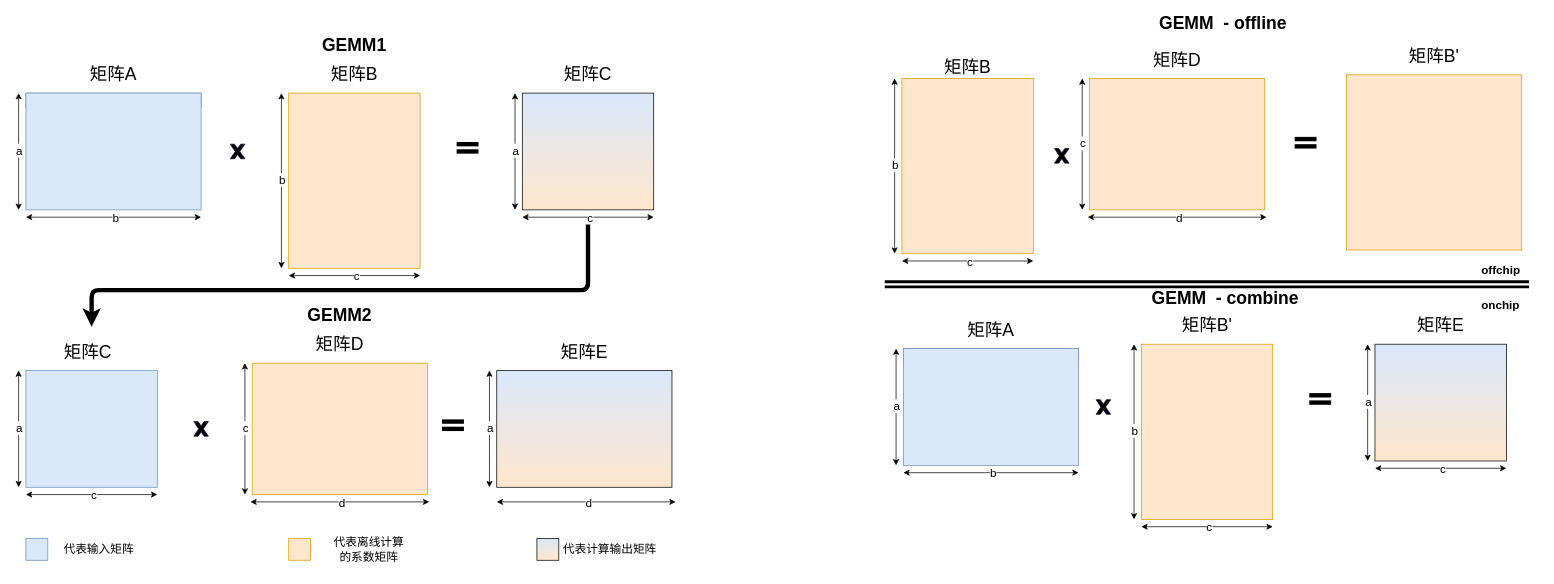
Above: page "Page-1" (1 of 2) of figs-for-graduate/Untitled Diagram.drawio in desirable98/Computer-and-Intelligent-Processor-Architecture (draw.io), before the change. Source tidied: cells renumbered, new cells numbered last; positions are measured from the earlier drawing's top-left corner, leaving out a move shared by most shapes. Both pictures are drawn from the tidied source at 73%, with x=0, y=0 at pixel (18, 12).
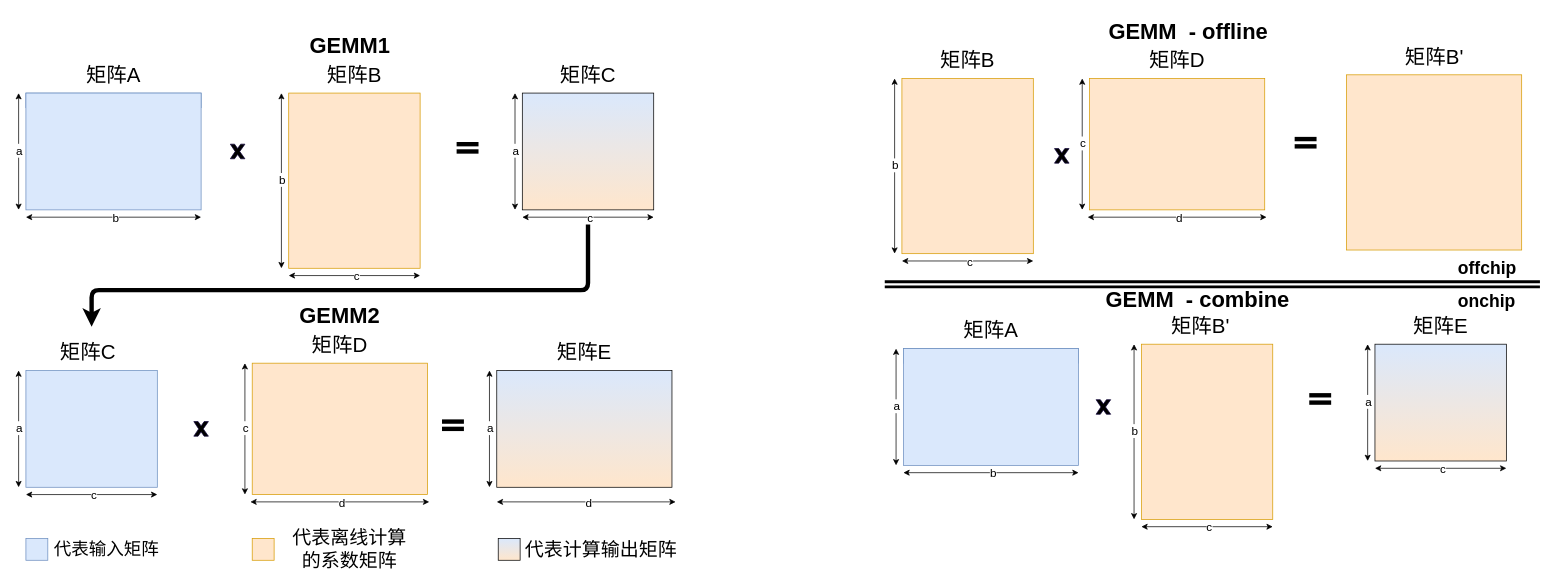
The same page after the edit.

Change to the diagram source:
```diff
@@
-    <mxCell id="3" value="&lt;font style=&quot;font-size: 24px;&quot;&gt;矩阵A&lt;/font&gt;" style="text;html=1;strokeColor=none;fillColor=none;align=center;verticalAlign=middle;whiteSpace=wrap;rounded=0;" parent="1" vertex="1">
+    <mxCell id="3" value="&lt;font style=&quot;font-size: 28px;&quot;&gt;矩阵A&lt;/font&gt;" style="text;html=1;strokeColor=none;fillColor=none;align=center;verticalAlign=middle;whiteSpace=wrap;rounded=0;" parent="1" vertex="1">
       <mxGeometry x="90" y="70" width="80" height="30" as="geometry" />
     </mxCell>
@@
-    <mxCell id="5" value="&lt;font size=&quot;5&quot;&gt;矩阵B&lt;/font&gt;" style="text;html=1;strokeColor=none;fillColor=none;align=center;verticalAlign=middle;whiteSpace=wrap;rounded=0;" parent="1" vertex="1">
+    <mxCell id="5" value="&lt;font style=&quot;font-size: 28px;&quot;&gt;矩阵B&lt;/font&gt;" style="text;html=1;strokeColor=none;fillColor=none;align=center;verticalAlign=middle;whiteSpace=wrap;rounded=0;" parent="1" vertex="1">
       <mxGeometry x="420" y="70" width="80" height="30" as="geometry" />
     </mxCell>
-    <mxCell id="6" value="&lt;font size=&quot;5&quot;&gt;矩阵C&lt;/font&gt;" style="text;html=1;strokeColor=none;fillColor=none;align=center;verticalAlign=middle;whiteSpace=wrap;rounded=0;" parent="1" vertex="1">
+    <mxCell id="6" value="&lt;font style=&quot;font-size: 28px;&quot;&gt;矩阵C&lt;/font&gt;" style="text;html=1;strokeColor=none;fillColor=none;align=center;verticalAlign=middle;whiteSpace=wrap;rounded=0;" parent="1" vertex="1">
       <mxGeometry x="740" y="70" width="80" height="30" as="geometry" />
     </mxCell>
@@
-    <mxCell id="23" value="&lt;font style=&quot;font-size: 24px;&quot;&gt;矩阵C&lt;/font&gt;" style="text;html=1;strokeColor=none;fillColor=none;align=center;verticalAlign=middle;whiteSpace=wrap;rounded=0;" parent="1" vertex="1">
+    <mxCell id="23" value="&lt;font style=&quot;font-size: 28px;&quot;&gt;矩阵C&lt;/font&gt;" style="text;html=1;strokeColor=none;fillColor=none;align=center;verticalAlign=middle;whiteSpace=wrap;rounded=0;" parent="1" vertex="1">
       <mxGeometry x="55" y="450" width="80" height="30" as="geometry" />
     </mxCell>
@@
-    <mxCell id="25" value="&lt;font size=&quot;5&quot;&gt;矩阵D&lt;/font&gt;" style="text;html=1;strokeColor=none;fillColor=none;align=center;verticalAlign=middle;whiteSpace=wrap;rounded=0;" parent="1" vertex="1">
+    <mxCell id="25" value="&lt;font style=&quot;font-size: 28px;&quot;&gt;矩阵D&lt;/font&gt;" style="text;html=1;strokeColor=none;fillColor=none;align=center;verticalAlign=middle;whiteSpace=wrap;rounded=0;" parent="1" vertex="1">
       <mxGeometry x="400" y="440" width="80" height="30" as="geometry" />
     </mxCell>
-    <mxCell id="26" value="&lt;font size=&quot;5&quot;&gt;矩阵E&lt;/font&gt;" style="text;html=1;strokeColor=none;fillColor=none;align=center;verticalAlign=middle;whiteSpace=wrap;rounded=0;" parent="1" vertex="1">
+    <mxCell id="26" value="&lt;font style=&quot;font-size: 28px;&quot;&gt;矩阵E&lt;/font&gt;" style="text;html=1;strokeColor=none;fillColor=none;align=center;verticalAlign=middle;whiteSpace=wrap;rounded=0;" parent="1" vertex="1">
       <mxGeometry x="735" y="450" width="80" height="30" as="geometry" />
     </mxCell>
@@
-    <mxCell id="47" value="&lt;font size=&quot;5&quot;&gt;&lt;b&gt;GEMM1&lt;/b&gt;&lt;/font&gt;" style="text;html=1;strokeColor=none;fillColor=none;align=center;verticalAlign=middle;whiteSpace=wrap;rounded=0;" parent="1" vertex="1">
-      <mxGeometry x="420" y="30" width="80" height="30" as="geometry" />
+    <mxCell id="47" value="&lt;b style=&quot;&quot;&gt;&lt;font style=&quot;font-size: 30px;&quot;&gt;GEMM1&lt;/font&gt;&lt;/b&gt;" style="text;html=1;strokeColor=none;fillColor=none;align=center;verticalAlign=middle;whiteSpace=wrap;rounded=0;" parent="1" vertex="1">
+      <mxGeometry x="413.5" y="30" width="80" height="30" as="geometry" />
     </mxCell>
-    <mxCell id="48" value="&lt;font size=&quot;5&quot;&gt;&lt;b&gt;GEMM2&lt;br&gt;&lt;/b&gt;&lt;/font&gt;" style="text;html=1;strokeColor=none;fillColor=none;align=center;verticalAlign=middle;whiteSpace=wrap;rounded=0;" parent="1" vertex="1">
+    <mxCell id="48" value="&lt;b style=&quot;&quot;&gt;&lt;font style=&quot;font-size: 30px;&quot;&gt;GEMM2&lt;/font&gt;&lt;br&gt;&lt;/b&gt;" style="text;html=1;strokeColor=none;fillColor=none;align=center;verticalAlign=middle;whiteSpace=wrap;rounded=0;" parent="1" vertex="1">
       <mxGeometry x="400" y="400" width="80" height="30" as="geometry" />
     </mxCell>
@@
-    <mxCell id="54" value="&lt;font size=&quot;5&quot;&gt;矩阵B&lt;/font&gt;" style="text;html=1;strokeColor=none;fillColor=none;align=center;verticalAlign=middle;whiteSpace=wrap;rounded=0;" parent="1" vertex="1">
-      <mxGeometry x="1260" y="60" width="80" height="30" as="geometry" />
+    <mxCell id="54" value="&lt;font style=&quot;font-size: 28px;&quot;&gt;矩阵B&lt;/font&gt;" style="text;html=1;strokeColor=none;fillColor=none;align=center;verticalAlign=middle;whiteSpace=wrap;rounded=0;" parent="1" vertex="1">
+      <mxGeometry x="1260" y="50" width="80" height="30" as="geometry" />
     </mxCell>
@@
-    <mxCell id="56" value="&lt;font size=&quot;5&quot;&gt;矩阵D&lt;/font&gt;" style="text;html=1;strokeColor=none;fillColor=none;align=center;verticalAlign=middle;whiteSpace=wrap;rounded=0;" parent="1" vertex="1">
+    <mxCell id="56" value="&lt;font style=&quot;font-size: 28px;&quot;&gt;矩阵D&lt;/font&gt;" style="text;html=1;strokeColor=none;fillColor=none;align=center;verticalAlign=middle;whiteSpace=wrap;rounded=0;" parent="1" vertex="1">
       <mxGeometry x="1547" y="50" width="80" height="30" as="geometry" />
     </mxCell>
@@
-    <mxCell id="63" value="代表输入矩阵" style="text;html=1;strokeColor=none;fillColor=none;align=center;verticalAlign=middle;whiteSpace=wrap;rounded=0;fontSize=16;" parent="1" vertex="1">
-      <mxGeometry x="60" y="720" width="100" height="30" as="geometry" />
+    <mxCell id="63" value="&lt;font style=&quot;font-size: 24px;&quot;&gt;代表输入矩阵&lt;/font&gt;" style="text;html=1;strokeColor=none;fillColor=none;align=center;verticalAlign=middle;whiteSpace=wrap;rounded=0;fontSize=16;" parent="1" vertex="1">
+      <mxGeometry x="45" y="720" width="151" height="30" as="geometry" />
     </mxCell>
     <mxCell id="64" style="rounded=0;whiteSpace=wrap;html=1;strokeColor=#d79b00;fontSize=16;fillColor=#ffe6cc;gradientDirection=north;" parent="1" vertex="1">
-      <mxGeometry x="370" y="720" width="30" height="30" as="geometry" />
+      <mxGeometry x="320" y="720" width="30" height="30" as="geometry" />
     </mxCell>
-    <mxCell id="65" value="代表离线计算&lt;br&gt;的系数矩阵" style="text;html=1;strokeColor=none;fillColor=none;align=center;verticalAlign=middle;whiteSpace=wrap;rounded=0;fontSize=16;" parent="1" vertex="1">
-      <mxGeometry x="420" y="720" width="120" height="30" as="geometry" />
+    <mxCell id="65" value="&lt;font style=&quot;font-size: 26px;&quot;&gt;代表离线计算&lt;br&gt;的系数矩阵&lt;/font&gt;" style="text;html=1;strokeColor=none;fillColor=none;align=center;verticalAlign=middle;whiteSpace=wrap;rounded=0;fontSize=16;" parent="1" vertex="1">
+      <mxGeometry x="338" y="720" width="231" height="30" as="geometry" />
     </mxCell>
     <mxCell id="66" style="rounded=0;whiteSpace=wrap;html=1;fillColor=#ffe6cc;strokeColor=#000000;gradientColor=#DAE8FC;gradientDirection=north;" parent="1" vertex="1">
-      <mxGeometry x="710" y="720" width="30" height="30" as="geometry" />
+      <mxGeometry x="657" y="720" width="30" height="30" as="geometry" />
     </mxCell>
-    <mxCell id="67" value="代表计算输出矩阵" style="text;html=1;strokeColor=none;fillColor=none;align=center;verticalAlign=middle;whiteSpace=wrap;rounded=0;fontSize=16;" parent="1" vertex="1">
-      <mxGeometry x="740" y="720" width="140" height="30" as="geometry" />
+    <mxCell id="67" value="&lt;font style=&quot;font-size: 26px;&quot;&gt;代表计算输出矩阵&lt;/font&gt;" style="text;html=1;strokeColor=none;fillColor=none;align=center;verticalAlign=middle;whiteSpace=wrap;rounded=0;fontSize=16;" parent="1" vertex="1">
+      <mxGeometry x="690" y="720" width="216" height="30" as="geometry" />
     </mxCell>
@@
-    <mxCell id="72" value="&lt;font size=&quot;5&quot;&gt;矩阵B'&lt;/font&gt;" style="text;html=1;strokeColor=none;fillColor=none;align=center;verticalAlign=middle;whiteSpace=wrap;rounded=0;" parent="1" vertex="1">
-      <mxGeometry x="1899" y="45" width="80" height="30" as="geometry" />
+    <mxCell id="72" value="&lt;font style=&quot;font-size: 28px;&quot;&gt;矩阵B'&lt;/font&gt;" style="text;html=1;strokeColor=none;fillColor=none;align=center;verticalAlign=middle;whiteSpace=wrap;rounded=0;" parent="1" vertex="1">
+      <mxGeometry x="1886.5" y="45" width="105" height="30" as="geometry" />
     </mxCell>
@@
-    <mxCell id="74" value="&lt;font style=&quot;font-size: 24px;&quot;&gt;矩阵A&lt;/font&gt;" style="text;html=1;strokeColor=none;fillColor=none;align=center;verticalAlign=middle;whiteSpace=wrap;rounded=0;" parent="1" vertex="1">
+    <mxCell id="74" value="&lt;font style=&quot;font-size: 28px;&quot;&gt;矩阵A&lt;/font&gt;" style="text;html=1;strokeColor=none;fillColor=none;align=center;verticalAlign=middle;whiteSpace=wrap;rounded=0;" parent="1" vertex="1">
       <mxGeometry x="1292" y="420" width="80" height="30" as="geometry" />
     </mxCell>
@@
-    <mxCell id="76" value="&lt;font size=&quot;5&quot;&gt;矩阵B'&lt;/font&gt;" style="text;html=1;strokeColor=none;fillColor=none;align=center;verticalAlign=middle;whiteSpace=wrap;rounded=0;" parent="1" vertex="1">
-      <mxGeometry x="1588" y="414" width="80" height="30" as="geometry" />
+    <mxCell id="76" value="&lt;font style=&quot;font-size: 28px;&quot;&gt;矩阵B'&lt;/font&gt;" style="text;html=1;strokeColor=none;fillColor=none;align=center;verticalAlign=middle;whiteSpace=wrap;rounded=0;" parent="1" vertex="1">
+      <mxGeometry x="1570" y="414" width="98" height="30" as="geometry" />
     </mxCell>
-    <mxCell id="77" value="&lt;font size=&quot;5&quot;&gt;矩阵E&lt;/font&gt;" style="text;html=1;strokeColor=none;fillColor=none;align=center;verticalAlign=middle;whiteSpace=wrap;rounded=0;" parent="1" vertex="1">
+    <mxCell id="77" value="&lt;font style=&quot;font-size: 28px;&quot;&gt;矩阵E&lt;/font&gt;" style="text;html=1;strokeColor=none;fillColor=none;align=center;verticalAlign=middle;whiteSpace=wrap;rounded=0;" parent="1" vertex="1">
       <mxGeometry x="1908" y="414" width="80" height="30" as="geometry" />
     </mxCell>
@@
-    <mxCell id="96" value="&lt;font size=&quot;5&quot;&gt;&lt;b&gt;GEMM &amp;nbsp;- combine&amp;nbsp;&lt;/b&gt;&lt;/font&gt;" style="text;html=1;strokeColor=none;fillColor=none;align=center;verticalAlign=middle;whiteSpace=wrap;rounded=0;" parent="1" vertex="1">
-      <mxGeometry x="1496" y="377" width="321" height="30" as="geometry" />
+    <mxCell id="96" value="&lt;b style=&quot;&quot;&gt;&lt;font style=&quot;font-size: 30px;&quot;&gt;GEMM &amp;nbsp;- combine&amp;nbsp;&lt;/font&gt;&lt;/b&gt;" style="text;html=1;strokeColor=none;fillColor=none;align=center;verticalAlign=middle;whiteSpace=wrap;rounded=0;" parent="1" vertex="1">
+      <mxGeometry x="1458.5" y="377" width="321" height="30" as="geometry" />
     </mxCell>
-    <mxCell id="97" value="&lt;font size=&quot;5&quot;&gt;&lt;b&gt;GEMM &amp;nbsp;- offline&lt;/b&gt;&lt;/font&gt;" style="text;html=1;strokeColor=none;fillColor=none;align=center;verticalAlign=middle;whiteSpace=wrap;rounded=0;" parent="1" vertex="1">
-      <mxGeometry x="1540" width="220" height="30" as="geometry" />
+    <mxCell id="97" value="&lt;b style=&quot;&quot;&gt;&lt;font style=&quot;font-size: 30px;&quot;&gt;GEMM &amp;nbsp;- offline&lt;/font&gt;&lt;/b&gt;" style="text;html=1;strokeColor=none;fillColor=none;align=center;verticalAlign=middle;whiteSpace=wrap;rounded=0;" parent="1" vertex="1">
+      <mxGeometry x="1457" y="10" width="291" height="30" as="geometry" />
     </mxCell>
@@
-    <mxCell id="99" style="shape=link;html=1;rounded=0;strokeWidth=4;entryX=0.908;entryY=0.998;entryDx=0;entryDy=0;entryPerimeter=0;" parent="1" edge="1" target="101">
+    <mxCell id="99" style="shape=link;html=1;rounded=0;strokeWidth=4;" parent="1" edge="1">
       <mxGeometry relative="1" as="geometry">
         <mxPoint x="1186.5" y="372" as="sourcePoint" />
+        <mxPoint x="2084" y="372" as="targetPoint" />
       </mxGeometry>
     </mxCell>
-    <mxCell id="100" value="&lt;div style=&quot;text-align: center;&quot;&gt;&lt;b&gt;&lt;font style=&quot;font-size: 16px;&quot;&gt;onchip&lt;/font&gt;&lt;/b&gt;&lt;/div&gt;" style="text;whiteSpace=wrap;html=1;" parent="1" vertex="1">
-      <mxGeometry x="2002" y="384" width="74" height="36" as="geometry" />
+    <mxCell id="100" value="&lt;div style=&quot;text-align: center;&quot;&gt;&lt;b&gt;&lt;font style=&quot;font-size: 24px;&quot;&gt;onchip&lt;/font&gt;&lt;/b&gt;&lt;/div&gt;" style="text;whiteSpace=wrap;html=1;" parent="1" vertex="1">
+      <mxGeometry x="1970" y="374" width="74" height="36" as="geometry" />
     </mxCell>
-    <mxCell id="101" value="&lt;div style=&quot;text-align: center;&quot;&gt;&lt;b&gt;&lt;font style=&quot;font-size: 16px;&quot;&gt;offchip&lt;/font&gt;&lt;/b&gt;&lt;/div&gt;" style="text;whiteSpace=wrap;html=1;" parent="1" vertex="1">
-      <mxGeometry x="2002" y="336" width="74" height="36" as="geometry" />
+    <mxCell id="101" value="&lt;div style=&quot;text-align: center;&quot;&gt;&lt;b&gt;&lt;font style=&quot;font-size: 24px;&quot;&gt;offchip&lt;/font&gt;&lt;/b&gt;&lt;/div&gt;" style="text;whiteSpace=wrap;html=1;" parent="1" vertex="1">
+      <mxGeometry x="1970" y="330" width="74" height="41" as="geometry" />
     </mxCell>
```
